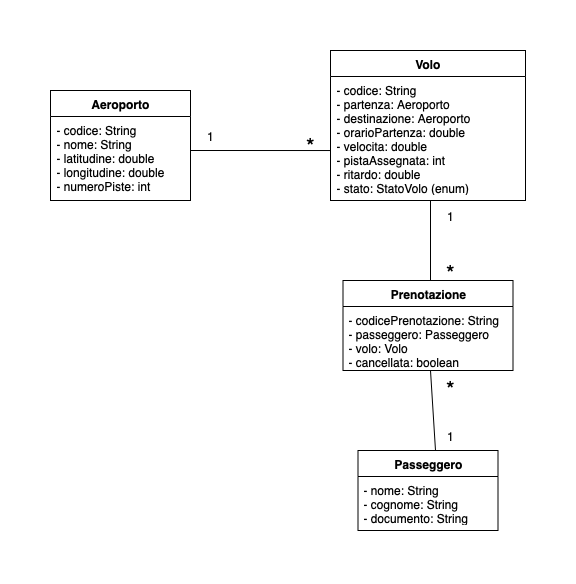
Earlier version of the draw.io export diagrammi/Diagramma Del Dominio.png (IngSW-unipv/Progetto-V25). Source tidied: cells renumbered, new cells last; positions are measured from the earlier drawing's top-left corner, leaving out a move shared by most shapes.
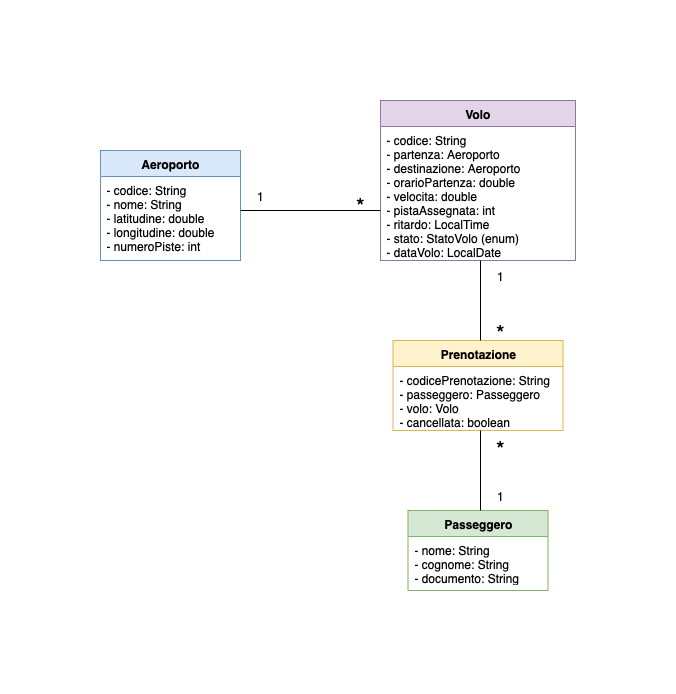
Above is the later version.

Diff of the diagram source:
```diff
@@ -2,33 +2,34 @@
   <root>
     <mxCell id="0" />
     <mxCell id="1" parent="0" />
-    <mxCell id="2" value="&lt;b&gt;Aeroporto&lt;/b&gt;" style="swimlane;fontStyle=0;horizontal=1;startSize=26;whiteSpace=wrap;html=1;" parent="1" vertex="1">
+    <mxCell id="2" value="&lt;b&gt;Aeroporto&lt;/b&gt;" style="swimlane;fontStyle=0;horizontal=1;startSize=26;whiteSpace=wrap;html=1;fillColor=#dae8fc;strokeColor=#6c8ebf;" parent="1" vertex="1">
       <mxGeometry y="40" width="140" height="110" as="geometry" />
     </mxCell>
     <mxCell id="3" value="&lt;div&gt;- codice: String&amp;nbsp;&lt;/div&gt;&lt;div&gt;- nome: String&amp;nbsp;&lt;/div&gt;&lt;div&gt;- latitudine: double&lt;/div&gt;&lt;div&gt;- longitudine: double&lt;/div&gt;&lt;div&gt;- numeroPiste: int&lt;/div&gt;&lt;div&gt;&lt;br&gt;&lt;/div&gt;" style="text;strokeColor=none;fillColor=none;align=left;verticalAlign=top;spacingLeft=4;spacingRight=4;overflow=hidden;whiteSpace=wrap;html=1;" parent="2" vertex="1">
       <mxGeometry y="26" width="140" height="84" as="geometry" />
     </mxCell>
-    <mxCell id="4" value="&lt;b&gt;Volo&lt;/b&gt;" style="swimlane;fontStyle=0;horizontal=1;startSize=26;fillColor=none;whiteSpace=wrap;html=1;" parent="1" vertex="1">
-      <mxGeometry x="280" width="195" height="150" as="geometry" />
+    <mxCell id="4" value="&lt;b&gt;Volo&lt;/b&gt;" style="swimlane;fontStyle=0;horizontal=1;startSize=26;fillColor=#e1d5e7;whiteSpace=wrap;html=1;strokeColor=#9673a6;" parent="1" vertex="1">
+      <mxGeometry x="280" y="-10" width="195" height="160" as="geometry" />
     </mxCell>
-    <mxCell id="5" value="&lt;div&gt;- codice: String&lt;/div&gt;&lt;div&gt;- partenza: Aeroporto&lt;/div&gt;&lt;div&gt;- destinazione: Aeroporto&lt;/div&gt;&lt;div&gt;- orarioPartenza: double&lt;/div&gt;&lt;div&gt;- velocita: double&lt;/div&gt;&lt;div&gt;- pistaAssegnata: int&lt;/div&gt;&lt;div&gt;- ritardo: double&lt;/div&gt;&lt;div&gt;- stato: StatoVolo (enum)&amp;nbsp;&lt;/div&gt;" style="text;strokeColor=none;fillColor=none;align=left;verticalAlign=top;spacingLeft=4;spacingRight=4;overflow=hidden;points=[[0,0.5],[1,0.5]];portConstraint=eastwest;whiteSpace=wrap;html=1;" parent="4" vertex="1">
-      <mxGeometry y="26" width="195" height="124" as="geometry" />
+    <mxCell id="5" value="&lt;div&gt;- codice: String&lt;/div&gt;&lt;div&gt;- partenza: Aeroporto&lt;/div&gt;&lt;div&gt;- destinazione: Aeroporto&lt;/div&gt;&lt;div&gt;- orarioPartenza: double&lt;/div&gt;&lt;div&gt;- velocita: double&lt;/div&gt;&lt;div&gt;- pistaAssegnata: int&lt;/div&gt;&lt;div&gt;- ritardo: LocalTime&lt;/div&gt;&lt;div&gt;- stato: StatoVolo (enum)&amp;nbsp;&lt;/div&gt;&lt;div&gt;- dataVolo: LocalDate&lt;/div&gt;&lt;div&gt;&lt;br&gt;&lt;/div&gt;" style="text;strokeColor=none;fillColor=none;align=left;verticalAlign=top;spacingLeft=4;spacingRight=4;overflow=hidden;points=[[0,0.5],[1,0.5]];portConstraint=eastwest;whiteSpace=wrap;html=1;" parent="4" vertex="1">
+      <mxGeometry y="26" width="195" height="134" as="geometry" />
     </mxCell>
-    <mxCell id="6" value="&lt;b&gt;Prenotazione&lt;/b&gt;" style="swimlane;fontStyle=0;horizontal=1;startSize=26;fillColor=none;whiteSpace=wrap;html=1;" parent="1" vertex="1">
+    <mxCell id="6" value="&lt;b&gt;Prenotazione&lt;/b&gt;" style="swimlane;fontStyle=0;horizontal=1;startSize=26;fillColor=#fff2cc;whiteSpace=wrap;html=1;strokeColor=#d6b656;" parent="1" vertex="1">
       <mxGeometry x="292.5" y="230" width="170" height="90" as="geometry" />
     </mxCell>
     <mxCell id="7" value="&lt;div&gt;- codicePrenotazione: String&lt;/div&gt;&lt;div&gt;- passeggero: Passeggero&lt;/div&gt;&lt;div&gt;- volo: Volo&lt;/div&gt;&lt;div&gt;- cancellata: boolean&lt;/div&gt;" style="text;strokeColor=none;fillColor=none;align=left;verticalAlign=top;spacingLeft=4;spacingRight=4;overflow=hidden;whiteSpace=wrap;html=1;" parent="6" vertex="1">
       <mxGeometry y="26" width="170" height="64" as="geometry" />
     </mxCell>
-    <mxCell id="8" value="&lt;b&gt;Passeggero&lt;/b&gt;" style="swimlane;fontStyle=0;horizontal=1;startSize=26;fillColor=none;whiteSpace=wrap;html=1;" parent="1" vertex="1">
+    <mxCell id="8" value="&lt;b&gt;Passeggero&lt;/b&gt;" style="swimlane;fontStyle=0;horizontal=1;startSize=26;fillColor=#d5e8d4;whiteSpace=wrap;html=1;strokeColor=#82b366;" parent="1" vertex="1">
       <mxGeometry x="307.5" y="400" width="140" height="80" as="geometry" />
     </mxCell>
     <mxCell id="9" value="&lt;div&gt;- nome: String&amp;nbsp;&lt;/div&gt;&lt;div&gt;- cognome: String&lt;/div&gt;&lt;div&gt;- documento: String&lt;/div&gt;" style="text;strokeColor=none;fillColor=none;align=left;verticalAlign=top;spacingLeft=4;spacingRight=4;overflow=hidden;whiteSpace=wrap;html=1;" parent="8" vertex="1">
       <mxGeometry y="26" width="140" height="54" as="geometry" />
     </mxCell>
-    <mxCell id="10" style="endArrow=none;html=1;rounded=0;fontSize=12;startSize=8;endSize=8;curved=1;entryX=0;entryY=0.597;entryDx=0;entryDy=0;entryPerimeter=0;" parent="1" edge="1" target="5">
+    <mxCell id="10" style="endArrow=none;html=1;rounded=0;fontSize=12;startSize=8;endSize=8;curved=1;" parent="1" edge="1">
       <mxGeometry relative="1" as="geometry">
         <mxPoint x="140" y="100" as="sourcePoint" />
+        <mxPoint x="280" y="100" as="targetPoint" />
       </mxGeometry>
     </mxCell>
     <mxCell id="11" style="endArrow=none;html=1;rounded=0;fontSize=12;startSize=8;endSize=8;curved=1;exitX=0.25;exitY=0.625;exitDx=0;exitDy=0;exitPerimeter=0;" parent="1" edge="1" source="15">
@@ -54,8 +55,9 @@
     <mxCell id="17" value="1" style="text;html=1;align=center;verticalAlign=middle;whiteSpace=wrap;rounded=0;" parent="1" vertex="1">
       <mxGeometry x="370" y="370" width="60" height="30" as="geometry" />
     </mxCell>
-    <mxCell id="18" style="endArrow=none;html=1;rounded=0;fontSize=12;startSize=8;endSize=8;curved=1;exitX=0.25;exitY=1;exitDx=0;exitDy=0;" parent="1" edge="1" source="17">
+    <mxCell id="18" style="endArrow=none;html=1;rounded=0;fontSize=12;startSize=8;endSize=8;curved=1;" parent="1" edge="1">
       <mxGeometry relative="1" as="geometry">
+        <mxPoint x="380" y="400" as="sourcePoint" />
         <mxPoint x="380" y="320" as="targetPoint" />
       </mxGeometry>
     </mxCell>
```
